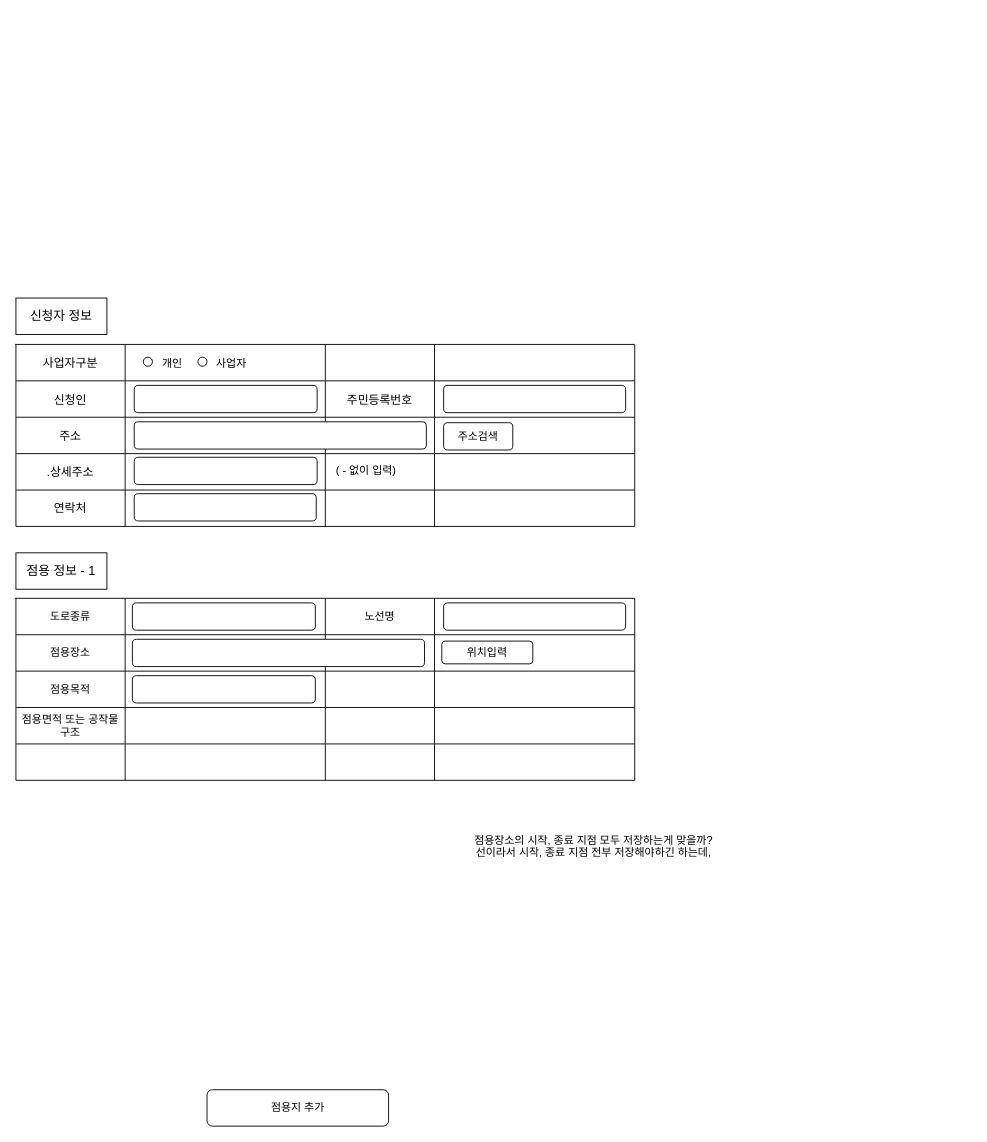
Earlier version of the draw.io diagram space/도로점용리뉴얼.drawio (nadale28/drawio). Source tidied: cells renumbered, new cells numbered last; positions are measured from the earlier drawing's top-left corner, leaving out a move shared by most shapes. Both pictures are drawn from the tidied source at 91%, with x=0, y=0 at pixel (15, 298).
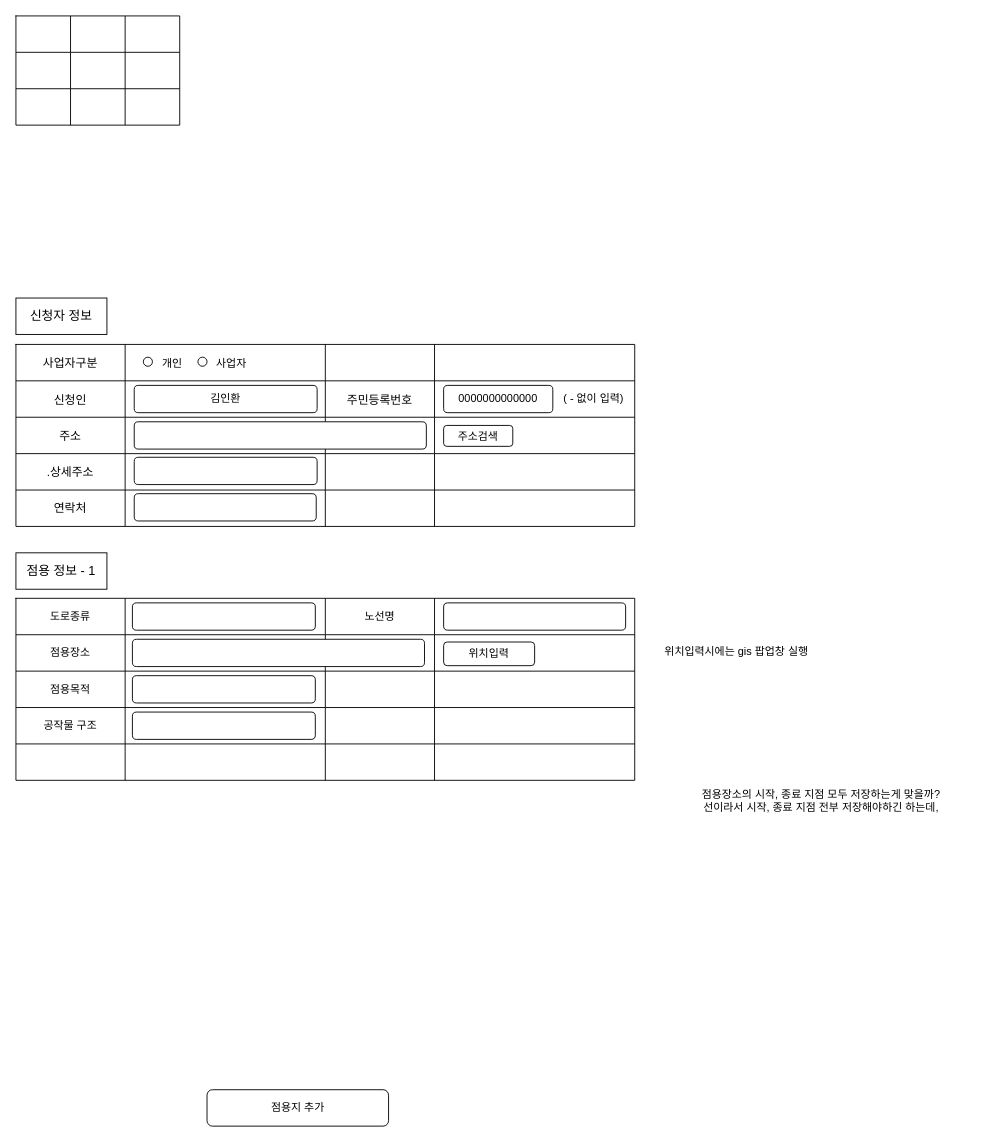
The same page after the edit.

Commit message:
도로점용리뉴얼.drawio 업데이트

The change refers to these unchanged cells:
```xml
<mxCell id="57" style="shape=tableRow;horizontal=0;startSize=0;swimlaneHead=0;swimlaneBody=0;strokeColor=inherit;top=0;left=0;bottom=0;right=0;fillColor=none;fontSize=16;" parent="41" vertex="1">
  <mxGeometry y="120" width="680" height="40" as="geometry" />
</mxCell>
```

The edit, as a diff of the source:
```diff
@@
-    <mxCell id="29" value="&lt;div&gt;&lt;br&gt;&lt;/div&gt;" style="rounded=1;whiteSpace=wrap;html=1;" parent="1" vertex="1">
-      <mxGeometry x="470" y="96" width="200" height="30" as="geometry" />
+    <mxCell id="29" value="0000000000000" style="rounded=1;whiteSpace=wrap;html=1;" parent="1" vertex="1">
+      <mxGeometry x="470" y="96" width="120" height="30" as="geometry" />
     </mxCell>
@@
     <mxCell id="32" value="주소검색" style="rounded=1;whiteSpace=wrap;html=1;" parent="1" vertex="1">
-      <mxGeometry x="470" y="137" width="76" height="30" as="geometry" />
+      <mxGeometry x="470" y="140" width="76" height="23" as="geometry" />
     </mxCell>
-    <mxCell id="33" value="&lt;div&gt;&lt;br&gt;&lt;/div&gt;" style="rounded=1;whiteSpace=wrap;html=1;" parent="1" vertex="1">
+    <mxCell id="33" value="김인환" style="rounded=1;whiteSpace=wrap;html=1;" parent="1" vertex="1">
       <mxGeometry x="130" y="96" width="201" height="30" as="geometry" />
     </mxCell>
@@
     <mxCell id="35" value="( - 없이 입력)" style="text;html=1;align=center;verticalAlign=middle;whiteSpace=wrap;rounded=0;" parent="1" vertex="1">
-      <mxGeometry x="340" y="175" width="90" height="30" as="geometry" />
+      <mxGeometry x="590" y="96" width="90" height="30" as="geometry" />
     </mxCell>
@@
-    <mxCell id="58" value="점용면적 또는 공작물 구조" style="shape=partialRectangle;html=1;whiteSpace=wrap;strokeColor=inherit;overflow=hidden;fillColor=none;top=0;left=0;bottom=0;right=0;fontSize=12;" parent="57" vertex="1">
+    <mxCell id="58" value="공작물 구조" style="shape=partialRectangle;html=1;whiteSpace=wrap;strokeColor=inherit;overflow=hidden;fillColor=none;top=0;left=0;bottom=0;right=0;fontSize=12;" parent="57" vertex="1">
       <mxGeometry width="120" height="40" as="geometry" />
     </mxCell>
@@
     <mxCell id="72" value="위치입력" style="rounded=1;whiteSpace=wrap;html=1;" parent="1" vertex="1">
-      <mxGeometry x="468" y="377" width="100" height="25" as="geometry" />
+      <mxGeometry x="470" y="378" width="100" height="26" as="geometry" />
     </mxCell>
     <mxCell id="73" value="점용장소의 시작, 종료 지점 모두 저장하는게 맞을까?&lt;div&gt;선이라서 시작, 종료 지점 전부 저장해야하긴 하는데,&lt;/div&gt;&lt;div&gt;&lt;br&gt;&lt;/div&gt;" style="text;html=1;align=center;verticalAlign=middle;whiteSpace=wrap;rounded=0;" parent="1" vertex="1">
-      <mxGeometry x="470" y="570" width="330" height="80" as="geometry" />
+      <mxGeometry x="720" y="520" width="330" height="80" as="geometry" />
     </mxCell>
+    <mxCell id="74" style="shape=table;startSize=0;childLayout=tableLayout;fontSize=16;" parent="1" vertex="1">
+      <mxGeometry y="-310" width="180" height="120" as="geometry" />
+    </mxCell>
+    <mxCell id="75" style="shape=tableRow;horizontal=0;startSize=0;swimlaneHead=0;swimlaneBody=0;strokeColor=inherit;top=0;left=0;bottom=0;right=0;fillColor=none;fontSize=16;" parent="74" vertex="1">
+      <mxGeometry width="180" height="40" as="geometry" />
+    </mxCell>
+    <mxCell id="76" style="shape=partialRectangle;html=1;whiteSpace=wrap;strokeColor=inherit;overflow=hidden;fillColor=none;top=0;left=0;bottom=0;right=0;fontSize=16;" parent="75" vertex="1">
+      <mxGeometry width="60" height="40" as="geometry" />
+    </mxCell>
+    <mxCell id="77" style="shape=partialRectangle;html=1;whiteSpace=wrap;strokeColor=inherit;overflow=hidden;fillColor=none;top=0;left=0;bottom=0;right=0;fontSize=16;" parent="75" vertex="1">
+      <mxGeometry x="60" width="60" height="40" as="geometry" />
+    </mxCell>
+    <mxCell id="78" style="shape=partialRectangle;html=1;whiteSpace=wrap;strokeColor=inherit;overflow=hidden;fillColor=none;top=0;left=0;bottom=0;right=0;fontSize=16;" parent="75" vertex="1">
+      <mxGeometry x="120" width="60" height="40" as="geometry" />
+    </mxCell>
+    <mxCell id="79" style="shape=tableRow;horizontal=0;startSize=0;swimlaneHead=0;swimlaneBody=0;strokeColor=inherit;top=0;left=0;bottom=0;right=0;fillColor=none;fontSize=16;" parent="74" vertex="1">
+      <mxGeometry y="40" width="180" height="40" as="geometry" />
+    </mxCell>
+    <mxCell id="80" style="shape=partialRectangle;html=1;whiteSpace=wrap;strokeColor=inherit;overflow=hidden;fillColor=none;top=0;left=0;bottom=0;right=0;fontSize=16;" parent="79" vertex="1">
+      <mxGeometry width="60" height="40" as="geometry" />
+    </mxCell>
+    <mxCell id="81" style="shape=partialRectangle;html=1;whiteSpace=wrap;strokeColor=inherit;overflow=hidden;fillColor=none;top=0;left=0;bottom=0;right=0;fontSize=16;" parent="79" vertex="1">
+      <mxGeometry x="60" width="60" height="40" as="geometry" />
+    </mxCell>
+    <mxCell id="82" style="shape=partialRectangle;html=1;whiteSpace=wrap;strokeColor=inherit;overflow=hidden;fillColor=none;top=0;left=0;bottom=0;right=0;fontSize=16;" parent="79" vertex="1">
+      <mxGeometry x="120" width="60" height="40" as="geometry" />
+    </mxCell>
+    <mxCell id="83" style="shape=tableRow;horizontal=0;startSize=0;swimlaneHead=0;swimlaneBody=0;strokeColor=inherit;top=0;left=0;bottom=0;right=0;fillColor=none;fontSize=16;" parent="74" vertex="1">
+      <mxGeometry y="80" width="180" height="40" as="geometry" />
+    </mxCell>
+    <mxCell id="84" style="shape=partialRectangle;html=1;whiteSpace=wrap;strokeColor=inherit;overflow=hidden;fillColor=none;top=0;left=0;bottom=0;right=0;fontSize=16;" parent="83" vertex="1">
+      <mxGeometry width="60" height="40" as="geometry" />
+    </mxCell>
+    <mxCell id="85" style="shape=partialRectangle;html=1;whiteSpace=wrap;strokeColor=inherit;overflow=hidden;fillColor=none;top=0;left=0;bottom=0;right=0;fontSize=16;" parent="83" vertex="1">
+      <mxGeometry x="60" width="60" height="40" as="geometry" />
+    </mxCell>
+    <mxCell id="86" style="shape=partialRectangle;html=1;whiteSpace=wrap;strokeColor=inherit;overflow=hidden;fillColor=none;top=0;left=0;bottom=0;right=0;fontSize=16;" parent="83" vertex="1">
+      <mxGeometry x="120" width="60" height="40" as="geometry" />
+    </mxCell>
+    <mxCell id="87" value="&lt;div&gt;&lt;br&gt;&lt;/div&gt;" style="rounded=1;whiteSpace=wrap;html=1;" parent="1" vertex="1">
+      <mxGeometry x="128" y="455" width="201" height="30" as="geometry" />
+    </mxCell>
+    <mxCell id="88" value="위치입력시에는 gis 팝업창 실행" style="text;html=1;align=center;verticalAlign=middle;whiteSpace=wrap;rounded=0;" parent="1" vertex="1">
+      <mxGeometry x="702" y="374" width="180" height="30" as="geometry" />
+    </mxCell>
```
